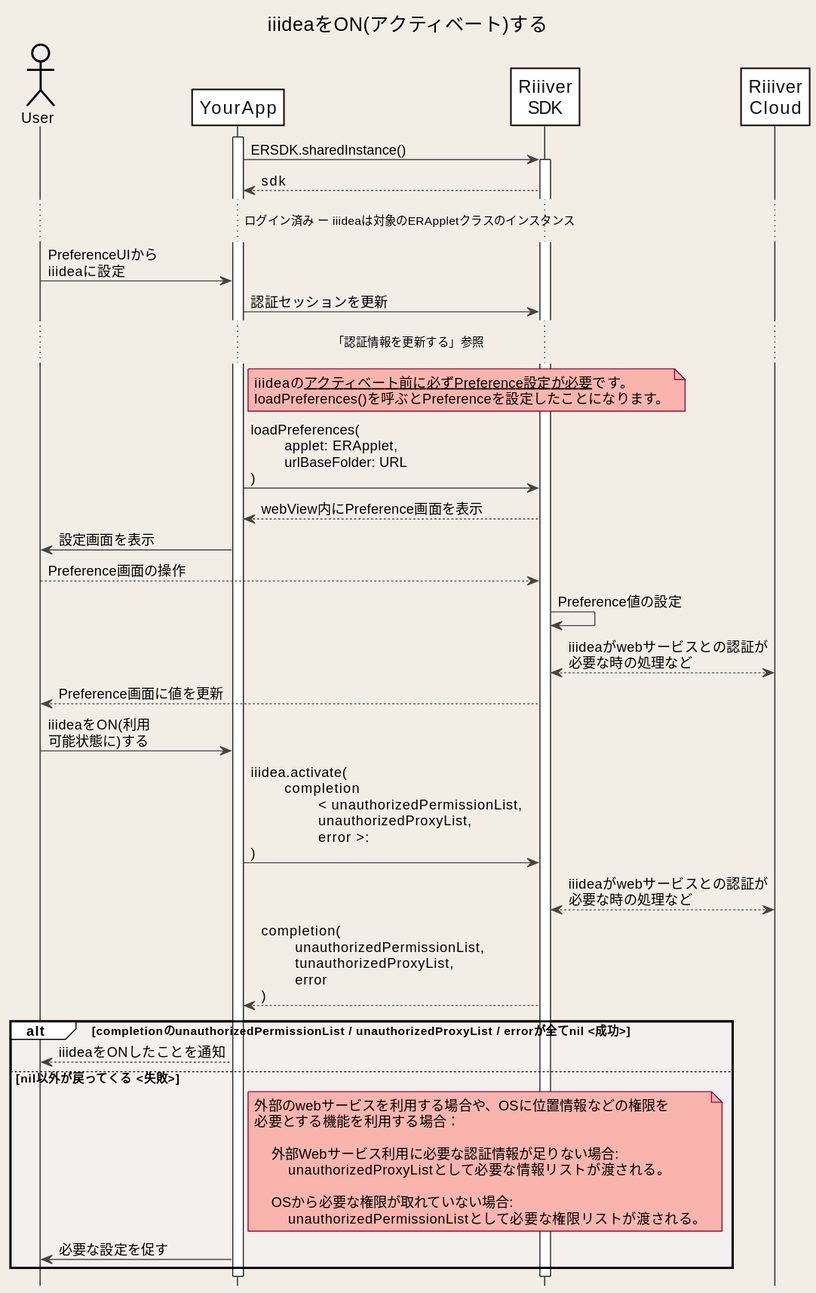
CitizenWatch/RiiiverResources keeps this PlantUML diagram as images/Android/ja/Sequences/activateIiidea.svg. Above is the earlier version. Its diagram source:
```plantuml
@startuml
title iiideaをON(アクティベート)する
hide footbox

skinparam DefaultFontName "Noto Sans JP, Helvetica, Arial, Liberation Sans"
skinparam BackgroundColor #F2EEE6
skinparam Shadowing false
skinparam NoteBackgroundColor #F9B5AD
skinparam NodeBorderColor #F26767

skinparam sequence {
ArrowColor #444444
ActorBorderColor Black
LifeLineBorderColor #222222
LifeLineBackgroundColor White
BoxBorderColor #FFFFFF
BoxBackgroundColor #F2fEf6
GroupBackgroundColor #FFFFFF
GroupBodyBackgroundColor #F3F0F0

ParticipantBorderColor #111111
ParticipantBackgroundColor White
ParticipantFontSize 17
ParticipantFontColor #111111
BoundaryBorderColor Gray
ActorBackgroundColor #eeeeee
ActorFontColor Black

}

actor User
participant YourApp as App
participant "Riiiver\nSDK" as ERSDK
participant "Riiiver\nCloud" as Riiiver

activate App

App -> ERSDK: ERSDK.sharedInstance()
activate ERSDK
App <-- ERSDK: sdk

... ログイン済み ー iiideaは対象のERAppletクラスのインスタンス...

User -> App: PreferenceUIから\niiideaに設定

App -> ERSDK: 認証セッションを更新
... 「認証情報を更新する」参照 ...
note right of App: iiideaの__アクティベート前に必ずPreference設定が必要__です。\nloadPreferences()を呼ぶとPreferenceを設定したことになります。
App -> ERSDK: loadPreferences(\n\tapplet: ERApplet,\n\turlBaseFolder: URL\n)
App <-- ERSDK: webView内にPreference画面を表示
User <- App: 設定画面を表示
User --> ERSDK: Preference画面の操作
ERSDK -> ERSDK: Preference値の設定
ERSDK <--> Riiiver: iiideaがwebサービスとの認証が\n必要な時の処理など
User <-- ERSDK: Preference画面に値を更新

User -> App: iiideaをON(利用\n可能状態に)する
App -> ERSDK: iiidea.activate(\n\tcompletion\n\t\t< unauthorizedPermissionList,\n\t\tunauthorizedProxyList,\n\t\terror >:\n)
ERSDK <--> Riiiver: iiideaがwebサービスとの認証が\n必要な時の処理など
App <-- ERSDK: completion(\n\tunauthorizedPermissionList,\n\ttunauthorizedProxyList,\n\terror\n)
alt completionのunauthorizedPermissionList / unauthorizedProxyList / errorが全てnil <成功>
    User <-- App: iiideaをONしたことを通知
else nil以外が戻ってくる <失敗>
    note right of App
        外部のwebサービスを利用する場合や、OSに位置情報などの権限を
        必要とする機能を利用する場合：

            外部Webサービス利用に必要な認証情報が足りない場合:
                unauthorizedProxyListとして必要な情報リストが渡される。

            OSから必要な権限が取れていない場合:
                unauthorizedPermissionListとして必要な権限リストが渡される。
    end note
    App -> User: 必要な設定を促す
end

@enduml
```
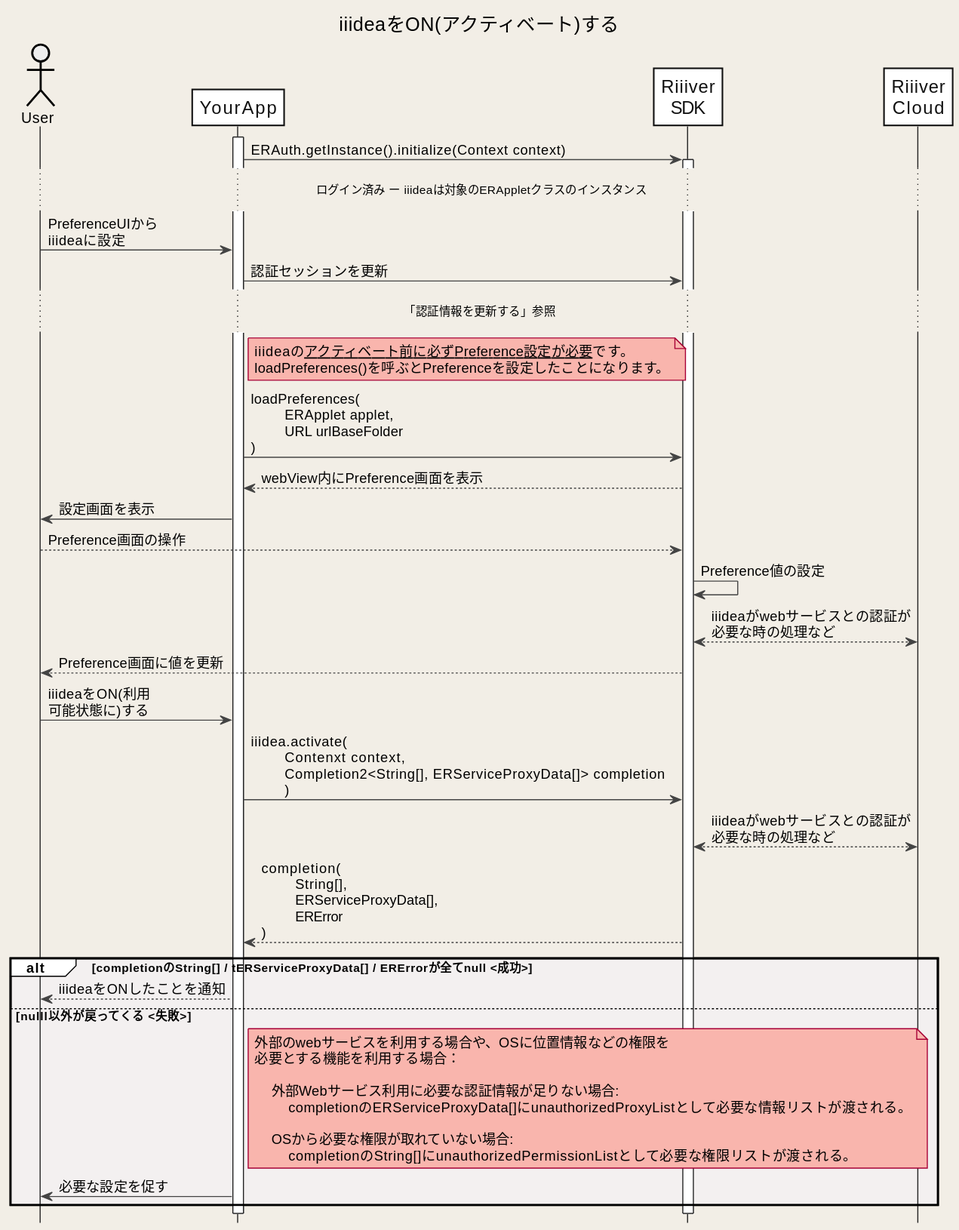
Later version of the same file.

The edit, as a diff of the source:
```diff
@@ -35,9 +35,8 @@
 
 activate App
 
-App -> ERSDK: ERSDK.sharedInstance()
+App -> ERSDK: ERAuth.getInstance().initialize(Context context)
 activate ERSDK
-App <-- ERSDK: sdk
 
 ... ログイン済み ー iiideaは対象のERAppletクラスのインスタンス...
 
@@ -46,7 +45,7 @@
 App -> ERSDK: 認証セッションを更新
 ... 「認証情報を更新する」参照 ...
 note right of App: iiideaの__アクティベート前に必ずPreference設定が必要__です。\nloadPreferences()を呼ぶとPreferenceを設定したことになります。
-App -> ERSDK: loadPreferences(\n\tapplet: ERApplet,\n\turlBaseFolder: URL\n)
+App -> ERSDK: loadPreferences(\n\tERApplet applet,\n\tURL urlBaseFolder\n)
 App <-- ERSDK: webView内にPreference画面を表示
 User <- App: 設定画面を表示
 User --> ERSDK: Preference画面の操作
@@ -55,21 +54,21 @@
 User <-- ERSDK: Preference画面に値を更新
 
 User -> App: iiideaをON(利用\n可能状態に)する
-App -> ERSDK: iiidea.activate(\n\tcompletion\n\t\t< unauthorizedPermissionList,\n\t\tunauthorizedProxyList,\n\t\terror >:\n)
+App -> ERSDK: iiidea.activate(\n\tContenxt context,\n\tCompletion2<String[], ERServiceProxyData[]> completion\n\t)
 ERSDK <--> Riiiver: iiideaがwebサービスとの認証が\n必要な時の処理など
-App <-- ERSDK: completion(\n\tunauthorizedPermissionList,\n\ttunauthorizedProxyList,\n\terror\n)
-alt completionのunauthorizedPermissionList / unauthorizedProxyList / errorが全てnil <成功>
+App <-- ERSDK: completion(\n\tString[],\n\tERServiceProxyData[],\n\tERError\n)
+alt completionのString[] / tERServiceProxyData[] / ERErrorが全てnull <成功>
     User <-- App: iiideaをONしたことを通知
-else nil以外が戻ってくる <失敗>
+else nulll以外が戻ってくる <失敗>
     note right of App
         外部のwebサービスを利用する場合や、OSに位置情報などの権限を
         必要とする機能を利用する場合：
 
             外部Webサービス利用に必要な認証情報が足りない場合:
-                unauthorizedProxyListとして必要な情報リストが渡される。
+                completionのERServiceProxyData[]にunauthorizedProxyListとして必要な情報リストが渡される。
 
             OSから必要な権限が取れていない場合:
-                unauthorizedPermissionListとして必要な権限リストが渡される。
+                completionのString[]にunauthorizedPermissionListとして必要な権限リストが渡される。
     end note
     App -> User: 必要な設定を促す
 end
```
